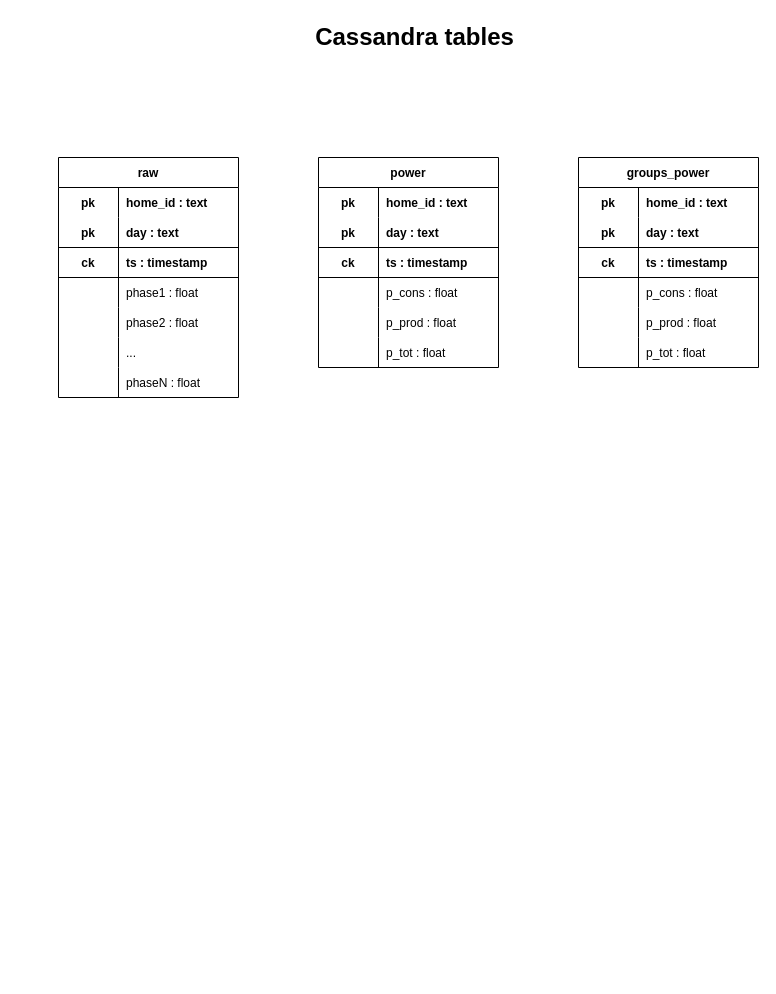
Above: page "cassandra tables" (1 of 9) of documentation/documentation_diagrams.drawio in AlexandreHnf/Voisin-d-energie-ULB (draw.io), before the change. Source tidied: cells renumbered, new cells numbered last; positions are measured from the earlier drawing's top-left corner, leaving out a move shared by most shapes. Both pictures are drawn from the tidied source at 100%, with x=0, y=0 at pixel (58, 17).
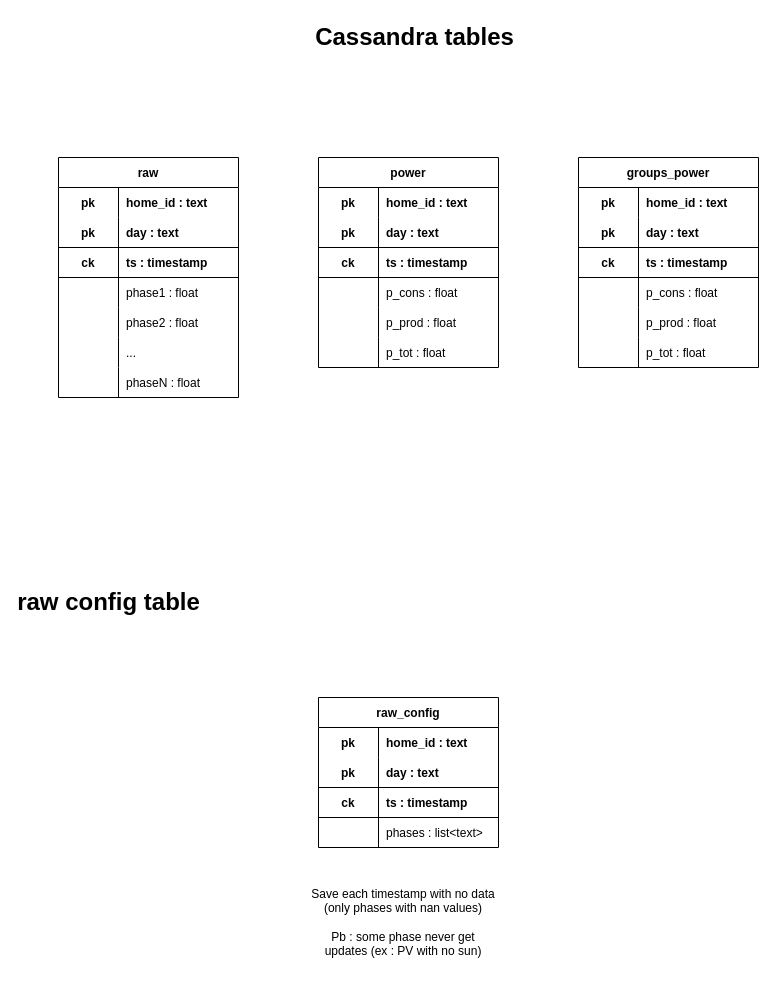
Above is the later version.

Commit message (it also covers changes not shown here):
update cassandra table diagrams

Diff of the diagram source:
```diff
@@
+    <mxCell id="63" value="raw_config" style="shape=table;startSize=30;childLayout=tableLayout;rowLines=0;fontStyle=1;align=center;" parent="1" vertex="1">
+      <mxGeometry x="260" y="680" width="180" height="150" as="geometry" />
+    </mxCell>
+    <mxCell id="64" style="shape=tableRow;horizontal=0;startSize=0;swimlaneHead=0;swimlaneBody=0;fillColor=none;top=0;left=0;right=0;bottom=0;" parent="63" vertex="1">
+      <mxGeometry y="30" width="180" height="30" as="geometry" />
+    </mxCell>
+    <mxCell id="65" value="pk" style="shape=partialRectangle;fillColor=none;top=0;left=0;bottom=0;right=0;fontStyle=1;overflow=hidden;" parent="64" vertex="1">
+      <mxGeometry width="60" height="30" as="geometry" />
+    </mxCell>
+    <mxCell id="66" value="home_id : text" style="shape=partialRectangle;fillColor=none;top=0;left=0;bottom=0;right=0;align=left;spacingLeft=6;fontStyle=1;overflow=hidden;" parent="64" vertex="1">
+      <mxGeometry x="60" width="120" height="30" as="geometry" />
+    </mxCell>
+    <mxCell id="67" style="shape=tableRow;horizontal=0;startSize=0;swimlaneHead=0;swimlaneBody=0;fillColor=none;top=0;left=0;right=0;bottom=1;" parent="63" vertex="1">
+      <mxGeometry y="60" width="180" height="30" as="geometry" />
+    </mxCell>
+    <mxCell id="68" value="pk" style="shape=partialRectangle;fillColor=none;top=0;left=0;bottom=0;right=0;fontStyle=1;overflow=hidden;" parent="67" vertex="1">
+      <mxGeometry width="60" height="30" as="geometry" />
+    </mxCell>
+    <mxCell id="69" value="day : text" style="shape=partialRectangle;fillColor=none;top=0;left=0;bottom=0;right=0;align=left;spacingLeft=6;fontStyle=1;overflow=hidden;" parent="67" vertex="1">
+      <mxGeometry x="60" width="120" height="30" as="geometry" />
+    </mxCell>
+    <mxCell id="70" style="shape=tableRow;horizontal=0;startSize=0;swimlaneHead=0;swimlaneBody=0;fillColor=none;top=0;left=0;right=0;bottom=1;" parent="63" vertex="1">
+      <mxGeometry y="90" width="180" height="30" as="geometry" />
+    </mxCell>
+    <mxCell id="71" value="ck" style="shape=partialRectangle;fillColor=none;top=0;left=0;bottom=0;right=0;fontStyle=1;overflow=hidden;" parent="70" vertex="1">
+      <mxGeometry width="60" height="30" as="geometry" />
+    </mxCell>
+    <mxCell id="72" value="ts : timestamp" style="shape=partialRectangle;fillColor=none;top=0;left=0;bottom=0;right=0;align=left;spacingLeft=6;fontStyle=1;overflow=hidden;" parent="70" vertex="1">
+      <mxGeometry x="60" width="120" height="30" as="geometry" />
+    </mxCell>
+    <mxCell id="73" style="shape=tableRow;horizontal=0;startSize=0;swimlaneHead=0;swimlaneBody=0;fillColor=none;top=0;left=0;right=0;bottom=0;" parent="63" vertex="1">
+      <mxGeometry y="120" width="180" height="30" as="geometry" />
+    </mxCell>
+    <mxCell id="74" style="shape=partialRectangle;fillColor=none;top=0;left=0;bottom=0;right=0;overflow=hidden;" parent="73" vertex="1">
+      <mxGeometry width="60" height="30" as="geometry" />
+    </mxCell>
+    <mxCell id="75" value="phases : list&lt;text&gt;" style="shape=partialRectangle;fillColor=none;top=0;left=0;bottom=0;right=0;align=left;spacingLeft=6;overflow=hidden;" parent="73" vertex="1">
+      <mxGeometry x="60" width="120" height="30" as="geometry" />
+    </mxCell>
+    <mxCell id="76" value="raw config table" style="text;strokeColor=none;fillColor=none;html=1;fontSize=24;fontStyle=1;verticalAlign=middle;align=center;" parent="1" vertex="1">
+      <mxGeometry y="570" width="100" height="30" as="geometry" />
+    </mxCell>
+    <mxCell id="77" value="&lt;div&gt;Save each timestamp with no data (only phases with nan values)&lt;/div&gt;&lt;div&gt;&lt;br&gt;&lt;/div&gt;&lt;div&gt;Pb : some phase never get updates (ex : PV with no sun)&lt;br&gt;&lt;/div&gt;" style="text;html=1;strokeColor=none;fillColor=none;align=center;verticalAlign=middle;whiteSpace=wrap;rounded=0;" parent="1" vertex="1">
+      <mxGeometry x="250" y="850" width="190" height="110" as="geometry" />
+    </mxCell>
```
